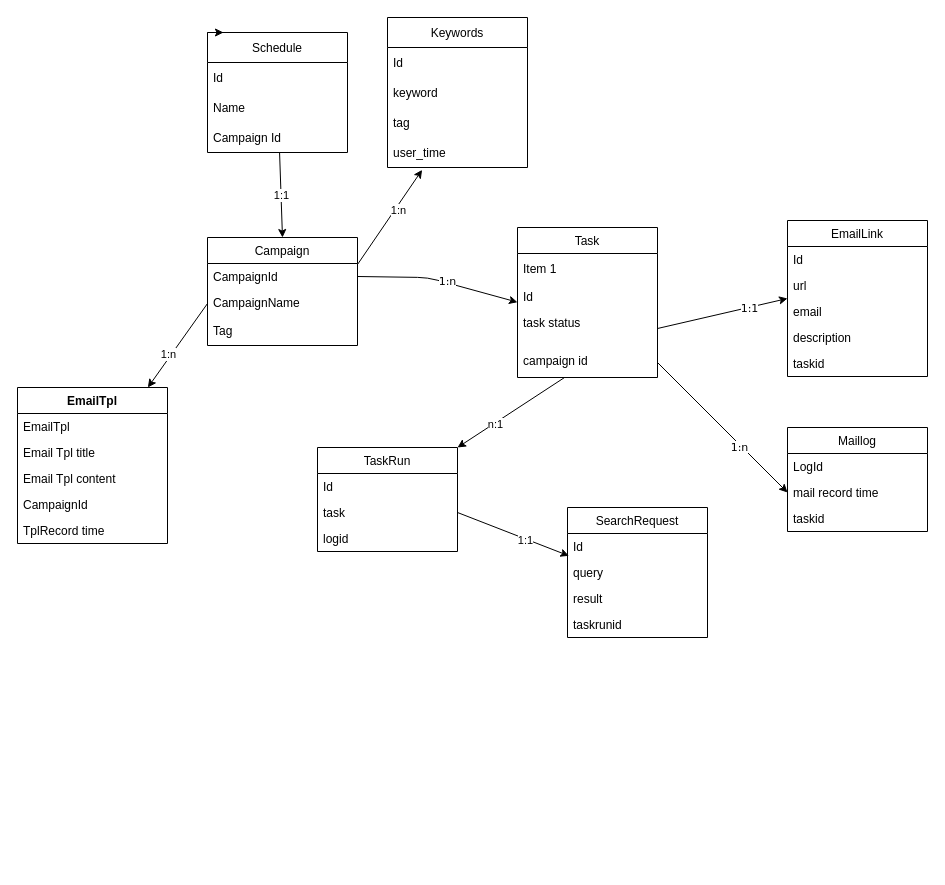
This is doc/class.drawio from robertzengcn/marketing, a draw.io file, before an edit. Source tidied: cells renumbered, new cells numbered last; positions are measured from the earlier drawing's top-left corner, leaving out a move shared by most shapes. Both pictures are drawn from the tidied source at 100%, with x=0, y=0 at pixel (17, 17).
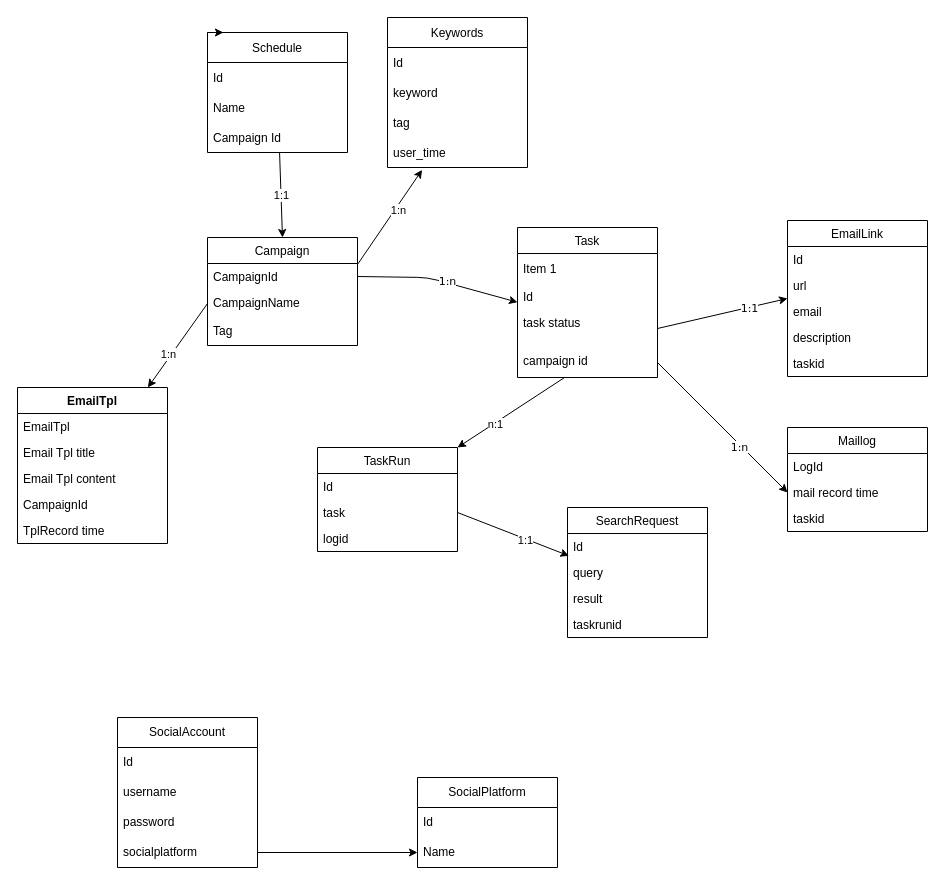
After the change.

Commit message (it also covers changes not shown here):
update class drawio, update tag

What changed in the source:
```diff
@@
+    <mxCell id="61" value="SocialAccount" style="swimlane;fontStyle=0;horizontal=1;startSize=30;whiteSpace=wrap;html=1;" parent="1" vertex="1">
+      <mxGeometry x="100" y="700" width="140" height="150" as="geometry" />
+    </mxCell>
+    <mxCell id="62" value="Id" style="text;strokeColor=none;fillColor=none;align=left;verticalAlign=middle;spacingLeft=4;spacingRight=4;overflow=hidden;whiteSpace=wrap;html=1;" parent="61" vertex="1">
+      <mxGeometry y="30" width="140" height="30" as="geometry" />
+    </mxCell>
+    <mxCell id="63" value="username" style="text;strokeColor=none;fillColor=none;align=left;verticalAlign=middle;spacingLeft=4;spacingRight=4;overflow=hidden;whiteSpace=wrap;html=1;" parent="61" vertex="1">
+      <mxGeometry y="60" width="140" height="30" as="geometry" />
+    </mxCell>
+    <mxCell id="64" value="password" style="text;strokeColor=none;fillColor=none;align=left;verticalAlign=middle;spacingLeft=4;spacingRight=4;overflow=hidden;whiteSpace=wrap;html=1;" parent="61" vertex="1">
+      <mxGeometry y="90" width="140" height="30" as="geometry" />
+    </mxCell>
+    <mxCell id="65" value="socialplatform" style="text;strokeColor=none;fillColor=none;align=left;verticalAlign=middle;spacingLeft=4;spacingRight=4;overflow=hidden;points=[[0,0.5],[1,0.5]];portConstraint=eastwest;whiteSpace=wrap;html=1;" parent="61" vertex="1">
+      <mxGeometry y="120" width="140" height="30" as="geometry" />
+    </mxCell>
+    <mxCell id="66" value="SocialPlatform" style="swimlane;fontStyle=0;horizontal=1;startSize=30;whiteSpace=wrap;html=1;" parent="1" vertex="1">
+      <mxGeometry x="400" y="760" width="140" height="90" as="geometry" />
+    </mxCell>
+    <mxCell id="67" value="Id" style="text;strokeColor=none;fillColor=none;align=left;verticalAlign=middle;spacingLeft=4;spacingRight=4;overflow=hidden;whiteSpace=wrap;html=1;" parent="66" vertex="1">
+      <mxGeometry y="30" width="140" height="30" as="geometry" />
+    </mxCell>
+    <mxCell id="68" value="Name" style="text;strokeColor=none;fillColor=none;align=left;verticalAlign=middle;spacingLeft=4;spacingRight=4;overflow=hidden;points=[[0,0.5],[1,0.5]];portConstraint=eastwest;whiteSpace=wrap;html=1;" parent="66" vertex="1">
+      <mxGeometry y="60" width="140" height="30" as="geometry" />
+    </mxCell>
+    <mxCell id="69" style="edgeStyle=none;html=1;entryX=0;entryY=0.5;entryDx=0;entryDy=0;" parent="1" edge="1" source="65" target="68">
+      <mxGeometry relative="1" as="geometry" />
+    </mxCell>
```
